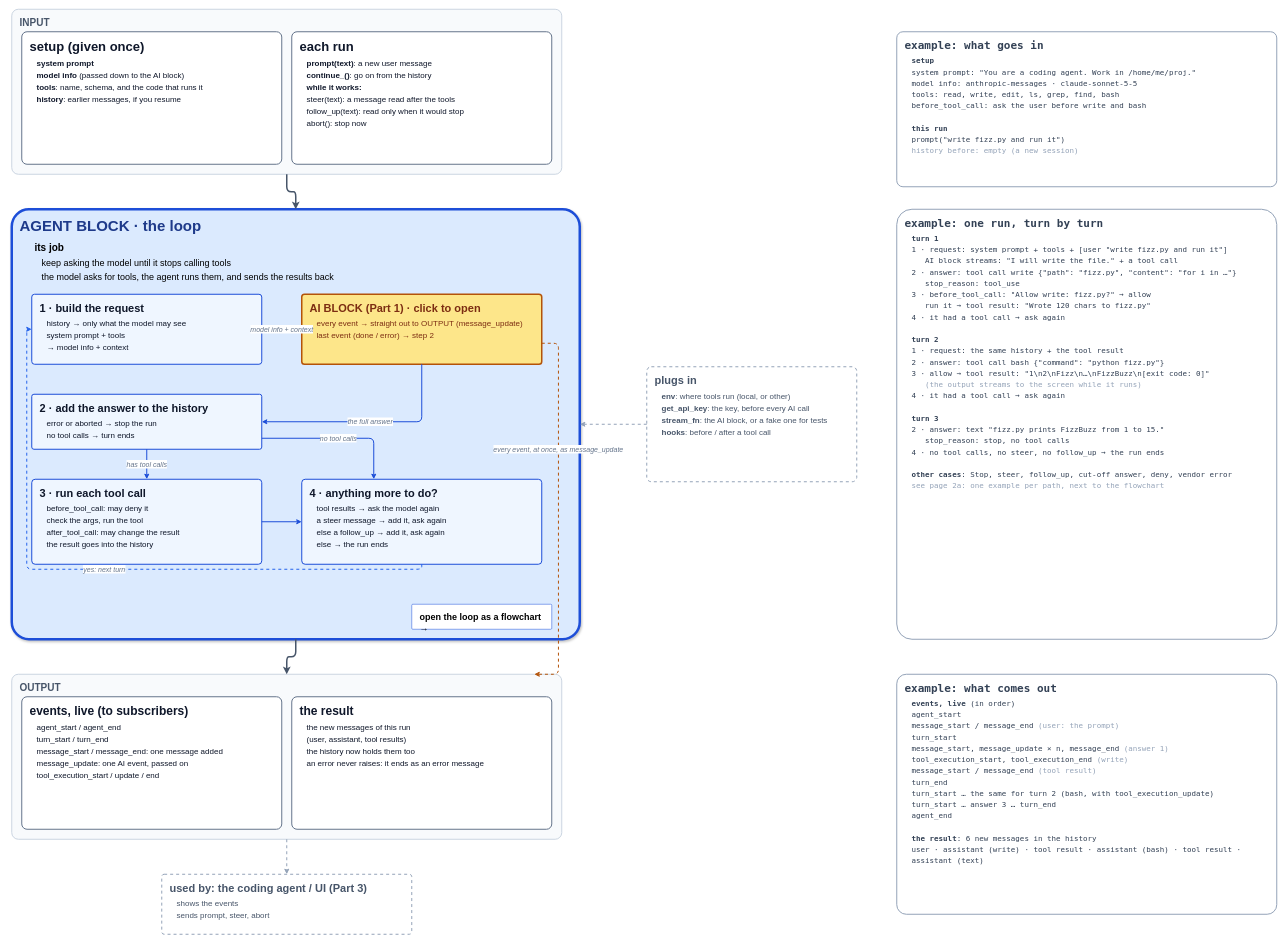
Before: page "2 · Agent block" (1 of 4) of docs/guidebook/img/architecture.drawio in danhugo/simp-agent, a draw.io diagram. Source tidied: cells renumbered, new cells numbered last; positions are measured from the earlier drawing's top-left corner, leaving out a move shared by most shapes. Both pictures are drawn from the tidied source at 50%, with x=0, y=0 at pixel (12, 9).
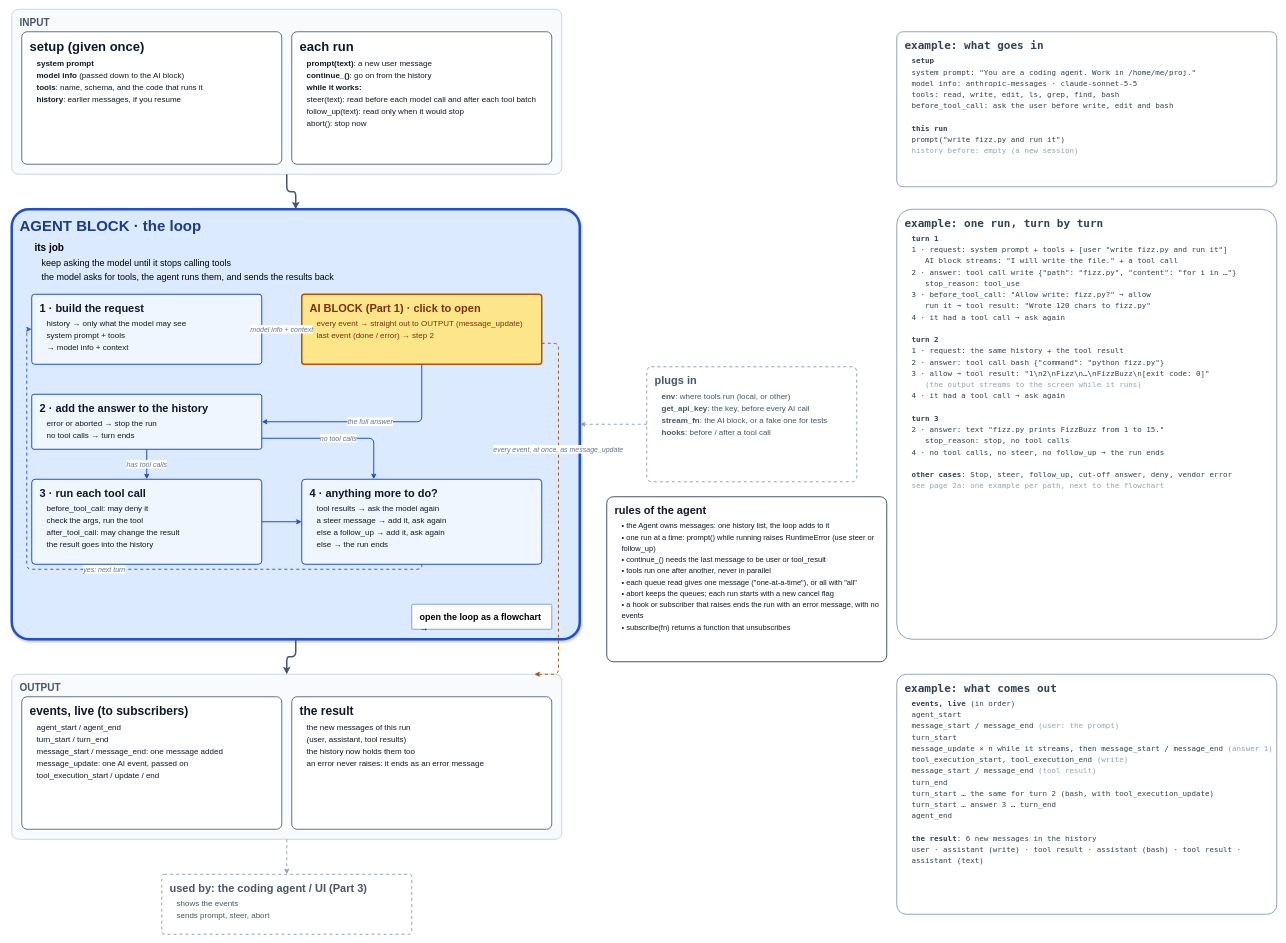
Above is the later version.

Commit message (it also covers changes not shown here):
docs(guidebook): agent pages fixed after review: build-the-request box, deny path, tool failures, abort, step badges, rules box

What changed in the source:
```diff
@@
-    <mxCell id="4" value="&lt;b style=&quot;font-size:26px&quot;&gt;each run&lt;/b&gt;&lt;div style=&quot;font-size:16px;line-height:1.5;margin-top:6px;padding-left:14px&quot;&gt;&lt;b&gt;prompt(text)&lt;/b&gt;: a new user message&lt;br&gt;&lt;b&gt;continue_()&lt;/b&gt;: go on from the history&lt;br&gt;&lt;b&gt;while it works:&lt;/b&gt;&lt;br&gt;steer(text): a message read after the tools&lt;br&gt;follow_up(text): read only when it would stop&lt;br&gt;abort(): stop now&lt;/div&gt;" style="whiteSpace=wrap;html=1;align=left;verticalAlign=top;spacingLeft=14;spacingTop=8;rounded=1;arcSize=4;fillColor=#ffffff;strokeColor=#64748b;strokeWidth=2;fontColor=#0f172a;" parent="1" vertex="1">
+    <mxCell id="4" value="&lt;b style=&quot;font-size:26px&quot;&gt;each run&lt;/b&gt;&lt;div style=&quot;font-size:16px;line-height:1.5;margin-top:6px;padding-left:14px&quot;&gt;&lt;b&gt;prompt(text)&lt;/b&gt;: a new user message&lt;br&gt;&lt;b&gt;continue_()&lt;/b&gt;: go on from the history&lt;br&gt;&lt;b&gt;while it works:&lt;/b&gt;&lt;br&gt;steer(text): read before each model call and after each tool batch&lt;br&gt;follow_up(text): read only when it would stop&lt;br&gt;abort(): stop now&lt;/div&gt;" style="whiteSpace=wrap;html=1;align=left;verticalAlign=top;spacingLeft=14;spacingTop=8;rounded=1;arcSize=4;fillColor=#ffffff;strokeColor=#64748b;strokeWidth=2;fontColor=#0f172a;" parent="1" vertex="1">
       <mxGeometry x="560" y="45" width="520" height="265" as="geometry" />
     </mxCell>
@@
-    <mxCell id="29" value="&lt;b style=&quot;font-size:22px&quot;&gt;example: what goes in&lt;/b&gt;&lt;div style=&quot;font-size:15px;line-height:1.5;margin-top:6px;padding-left:14px&quot;&gt;&lt;b&gt;setup&lt;/b&gt;&lt;br&gt;system prompt: &quot;You are a coding agent. Work in /home/me/proj.&quot;&lt;br&gt;model info: anthropic-messages · claude-sonnet-5-5&lt;br&gt;tools: read, write, edit, ls, grep, find, bash&lt;br&gt;before_tool_call: ask the user before write and bash&lt;br&gt;&lt;br&gt;&lt;b&gt;this run&lt;/b&gt;&lt;br&gt;prompt(&quot;write fizz.py and run it&quot;)&lt;br&gt;&lt;span style=&quot;color:#94a3b8&quot;&gt;history before: empty (a new session)&lt;/span&gt;&lt;/div&gt;" style="whiteSpace=wrap;html=1;align=left;verticalAlign=top;spacingLeft=14;spacingTop=8;rounded=1;arcSize=4;fillColor=#ffffff;strokeColor=#94a3b8;strokeWidth=2;fontColor=#334155;fontFamily=Menlo;" parent="1" vertex="1">
+    <mxCell id="29" value="&lt;b style=&quot;font-size:22px&quot;&gt;example: what goes in&lt;/b&gt;&lt;div style=&quot;font-size:15px;line-height:1.5;margin-top:6px;padding-left:14px&quot;&gt;&lt;b&gt;setup&lt;/b&gt;&lt;br&gt;system prompt: &quot;You are a coding agent. Work in /home/me/proj.&quot;&lt;br&gt;model info: anthropic-messages · claude-sonnet-5-5&lt;br&gt;tools: read, write, edit, ls, grep, find, bash&lt;br&gt;before_tool_call: ask the user before write, edit and bash&lt;br&gt;&lt;br&gt;&lt;b&gt;this run&lt;/b&gt;&lt;br&gt;prompt(&quot;write fizz.py and run it&quot;)&lt;br&gt;&lt;span style=&quot;color:#94a3b8&quot;&gt;history before: empty (a new session)&lt;/span&gt;&lt;/div&gt;" style="whiteSpace=wrap;html=1;align=left;verticalAlign=top;spacingLeft=14;spacingTop=8;rounded=1;arcSize=4;fillColor=#ffffff;strokeColor=#94a3b8;strokeWidth=2;fontColor=#334155;fontFamily=Menlo;" parent="1" vertex="1">
       <mxGeometry x="1770" y="45" width="760" height="310" as="geometry" />
     </mxCell>
@@
-    <mxCell id="31" value="&lt;b style=&quot;font-size:22px&quot;&gt;example: what comes out&lt;/b&gt;&lt;div style=&quot;font-size:15px;line-height:1.5;margin-top:6px;padding-left:14px&quot;&gt;&lt;b&gt;events, live&lt;/b&gt; (in order)&lt;br&gt;agent_start&lt;br&gt;message_start / message_end  &lt;span style=&quot;color:#94a3b8&quot;&gt;(user: the prompt)&lt;/span&gt;&lt;br&gt;turn_start&lt;br&gt;message_start, message_update × n, message_end  &lt;span style=&quot;color:#94a3b8&quot;&gt;(answer 1)&lt;/span&gt;&lt;br&gt;tool_execution_start, tool_execution_end  &lt;span style=&quot;color:#94a3b8&quot;&gt;(write)&lt;/span&gt;&lt;br&gt;message_start / message_end  &lt;span style=&quot;color:#94a3b8&quot;&gt;(tool result)&lt;/span&gt;&lt;br&gt;turn_end&lt;br&gt;turn_start … the same for turn 2 (bash, with tool_execution_update)&lt;br&gt;turn_start … answer 3 … turn_end&lt;br&gt;agent_end&lt;br&gt;&lt;br&gt;&lt;b&gt;the result&lt;/b&gt;: 6 new messages in the history&lt;br&gt;user · assistant (write) · tool result · assistant (bash) · tool result · assistant (text)&lt;/div&gt;" style="whiteSpace=wrap;html=1;align=left;verticalAlign=top;spacingLeft=14;spacingTop=8;rounded=1;arcSize=4;fillColor=#ffffff;strokeColor=#94a3b8;strokeWidth=2;fontColor=#334155;fontFamily=Menlo;" parent="1" vertex="1">
+    <mxCell id="31" value="&lt;b style=&quot;font-size:22px&quot;&gt;example: what comes out&lt;/b&gt;&lt;div style=&quot;font-size:15px;line-height:1.5;margin-top:6px;padding-left:14px&quot;&gt;&lt;b&gt;events, live&lt;/b&gt; (in order)&lt;br&gt;agent_start&lt;br&gt;message_start / message_end  &lt;span style=&quot;color:#94a3b8&quot;&gt;(user: the prompt)&lt;/span&gt;&lt;br&gt;turn_start&lt;br&gt;message_update × n while it streams, then message_start / message_end  &lt;span style=&quot;color:#94a3b8&quot;&gt;(answer 1)&lt;/span&gt;&lt;br&gt;tool_execution_start, tool_execution_end  &lt;span style=&quot;color:#94a3b8&quot;&gt;(write)&lt;/span&gt;&lt;br&gt;message_start / message_end  &lt;span style=&quot;color:#94a3b8&quot;&gt;(tool result)&lt;/span&gt;&lt;br&gt;turn_end&lt;br&gt;turn_start … the same for turn 2 (bash, with tool_execution_update)&lt;br&gt;turn_start … answer 3 … turn_end&lt;br&gt;agent_end&lt;br&gt;&lt;br&gt;&lt;b&gt;the result&lt;/b&gt;: 6 new messages in the history&lt;br&gt;user · assistant (write) · tool result · assistant (bash) · tool result · assistant (text)&lt;/div&gt;" style="whiteSpace=wrap;html=1;align=left;verticalAlign=top;spacingLeft=14;spacingTop=8;rounded=1;arcSize=4;fillColor=#ffffff;strokeColor=#94a3b8;strokeWidth=2;fontColor=#334155;fontFamily=Menlo;" parent="1" vertex="1">
       <mxGeometry x="1770" y="1330" width="760" height="480" as="geometry" />
     </mxCell>
+    <mxCell id="32" value="&lt;b style=&quot;font-size:22px&quot;&gt;rules of the agent&lt;/b&gt;&lt;div style=&quot;font-size:15px;line-height:1.5;margin-top:6px;padding-left:14px&quot;&gt;• the Agent owns messages: one history list, the loop adds to it&lt;br&gt;• one run at a time: prompt() while running raises RuntimeError (use steer or follow_up)&lt;br&gt;• continue_() needs the last message to be user or tool_result&lt;br&gt;• tools run one after another, never in parallel&lt;br&gt;• each queue read gives one message (&quot;one-at-a-time&quot;), or all with &quot;all&quot;&lt;br&gt;• abort keeps the queues; each run starts with a new cancel flag&lt;br&gt;• a hook or subscriber that raises ends the run with an error message, with no events&lt;br&gt;• subscribe(fn) returns a function that unsubscribes&lt;/div&gt;" style="whiteSpace=wrap;html=1;align=left;verticalAlign=top;spacingLeft=14;spacingTop=8;rounded=1;arcSize=4;strokeWidth=2;fontColor=#0f172a;fillColor=#ffffff;strokeColor=#475569;" parent="1" vertex="1">
+      <mxGeometry x="1190" y="975" width="560" height="330" as="geometry" />
+    </mxCell>
```
